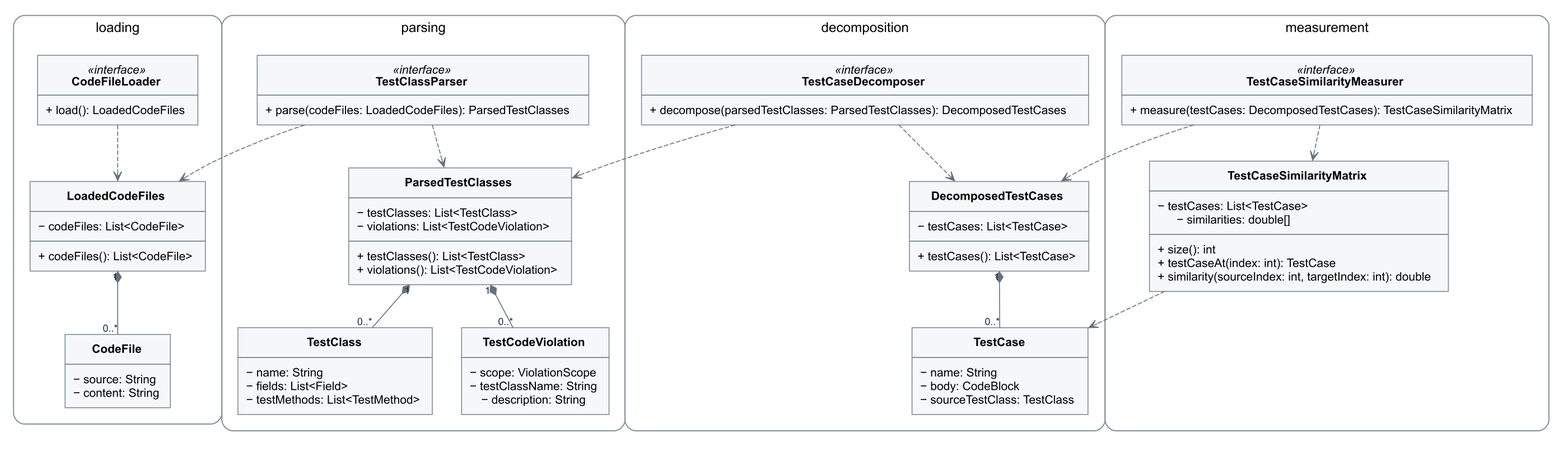
This is figures/roza-class-diagram.png from lucasPereira/qualification, a Graphviz export, as it was before one commit. Its source is kept beside it as figures/roza-class-diagram.dot.
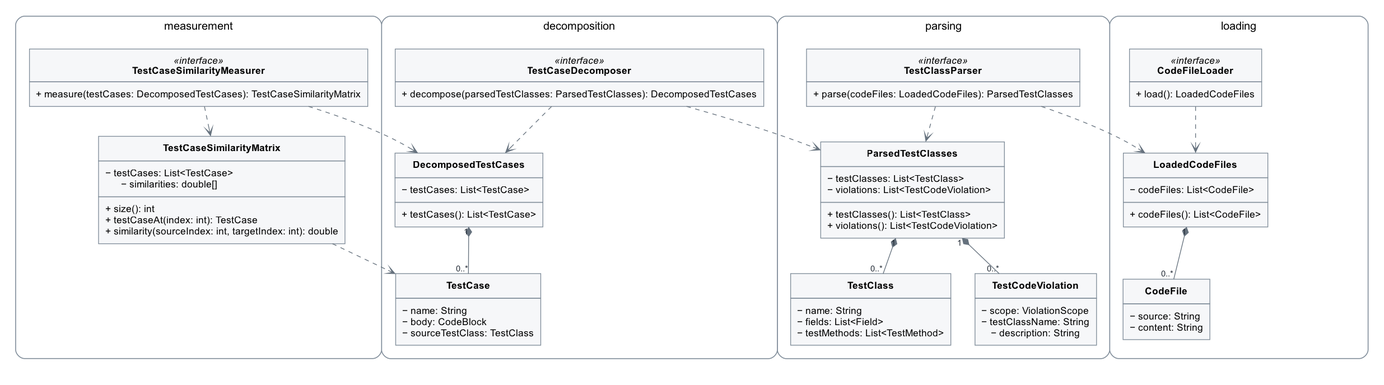
The same diagram one commit later.

Diff of the diagram source:
```diff
@@ -2,6 +2,8 @@
   graph [
     bgcolor="white",
     rankdir=TB,
+    compound=true,
+    newrank=true,
     splines=true,
     nodesep="0.45",
     ranksep="0.55",
@@ -61,6 +63,15 @@
           <TR><TD ALIGN="LEFT">− source: String<BR ALIGN="LEFT"/>− content: String</TD></TR>
         </TABLE>
       >
+    ];
+
+    LoadingSpacer [
+      shape=box,
+      style=invis,
+      fixedsize=true,
+      width=2.26,
+      height=1.33,
+      label=""
     ];
   }
 
@@ -149,6 +160,15 @@
         </TABLE>
       >
     ];
+
+    DecompositionSpacer [
+      shape=box,
+      style=invis,
+      fixedsize=true,
+      width=2.26,
+      height=1.33,
+      label=""
+    ];
   }
 
   subgraph cluster_measurement {
@@ -179,10 +199,59 @@
         </TABLE>
       >
     ];
+
+    MeasurementSpacerLeft [
+      shape=box,
+      style=invis,
+      fixedsize=true,
+      width=2.98,
+      height=1.33,
+      label=""
+    ];
+
+    MeasurementSpacerRight [
+      shape=box,
+      style=invis,
+      fixedsize=true,
+      width=2.26,
+      height=1.33,
+      label=""
+    ];
   }
+
+  loading_top [shape=point, width=0.01, height=0.01, style=invis, label=""];
+  parsing_top [shape=point, width=0.01, height=0.01, style=invis, label=""];
+  decomposition_top [shape=point, width=0.01, height=0.01, style=invis, label=""];
+  measurement_top [shape=point, width=0.01, height=0.01, style=invis, label=""];
+
+  loading_bottom [shape=point, width=0.01, height=0.01, style=invis, label=""];
+  parsing_bottom [shape=point, width=0.01, height=0.01, style=invis, label=""];
+  decomposition_bottom [shape=point, width=0.01, height=0.01, style=invis, label=""];
+  measurement_bottom [shape=point, width=0.01, height=0.01, style=invis, label=""];
+
+  { rank=min; loading_top; parsing_top; decomposition_top; measurement_top; }
+  { rank=same; CodeFileLoader; TestClassParser; TestCaseDecomposer; TestCaseSimilarityMeasurer; }
+  { rank=same; LoadedCodeFiles; ParsedTestClasses; DecomposedTestCases; TestCaseSimilarityMatrix; }
+  { rank=same; CodeFile; TestClass; TestCodeViolation; TestCase; LoadingSpacer; DecompositionSpacer; MeasurementSpacerLeft; MeasurementSpacerRight; }
+  { rank=max; loading_bottom; parsing_bottom; decomposition_bottom; measurement_bottom; }
+
+  loading_top -> CodeFileLoader [style=invis, weight=0];
+  parsing_top -> TestClassParser [style=invis, weight=0];
+  decomposition_top -> TestCaseDecomposer [style=invis, weight=0];
+  measurement_top -> TestCaseSimilarityMeasurer [style=invis, weight=0];
+
+  CodeFile -> loading_bottom [style=invis, weight=0];
+  LoadingSpacer -> loading_bottom [style=invis, weight=0];
+  TestClass -> parsing_bottom [style=invis, weight=0];
+  TestCodeViolation -> parsing_bottom [style=invis, weight=0];
+  TestCase -> decomposition_bottom [style=invis, weight=0];
+  DecompositionSpacer -> decomposition_bottom [style=invis, weight=0];
+  MeasurementSpacerLeft -> measurement_bottom [style=invis, weight=0];
+  MeasurementSpacerRight -> measurement_bottom [style=invis, weight=0];
 
   CodeFileLoader -> LoadedCodeFiles [style=dashed, arrowhead=vee];
   LoadedCodeFiles -> CodeFile [dir=both, arrowhead=none, arrowtail=diamond, taillabel="1", headlabel="0..*"];
+  CodeFile -> LoadingSpacer [style=invis, weight=0];
 
   TestClassParser -> LoadedCodeFiles [style=dashed, arrowhead=vee];
   TestClassParser -> ParsedTestClasses [style=dashed, arrowhead=vee];
@@ -192,8 +261,11 @@
   TestCaseDecomposer -> ParsedTestClasses [style=dashed, arrowhead=vee];
   TestCaseDecomposer -> DecomposedTestCases [style=dashed, arrowhead=vee];
   DecomposedTestCases -> TestCase [dir=both, arrowhead=none, arrowtail=diamond, taillabel="1", headlabel="0..*"];
+  TestCase -> DecompositionSpacer [style=invis, weight=0];
 
   TestCaseSimilarityMeasurer -> DecomposedTestCases [style=dashed, arrowhead=vee];
   TestCaseSimilarityMeasurer -> TestCaseSimilarityMatrix [style=dashed, arrowhead=vee];
   TestCaseSimilarityMatrix -> TestCase [style=dashed, arrowhead=vee];
+  TestCaseSimilarityMatrix -> MeasurementSpacerLeft [style=invis, weight=10];
+  TestCaseSimilarityMatrix -> MeasurementSpacerRight [style=invis, weight=10];
 }
```
